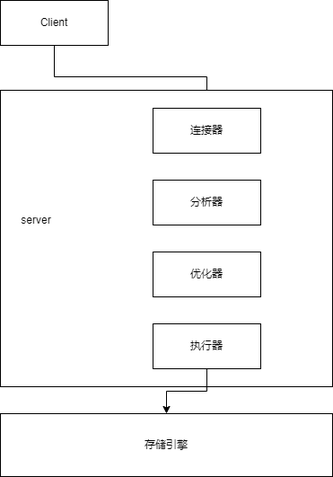
Before: mysql执行.drawio.png, a diagram exported from draw.io (ShortPupil/VPicture). Source tidied: cells renumbered, new cells last; positions are measured from the earlier drawing's top-left corner, leaving out a move shared by most shapes. The source it was exported from:
```xml
<mxGraphModel>
  <root>
    <mxCell id="0" />
    <mxCell id="1" parent="0" />
    <mxCell id="2" style="edgeStyle=orthogonalEdgeStyle;rounded=0;jettySize=auto;html=1;exitX=0.5;exitY=1;exitDx=0;exitDy=0;" parent="1" edge="1" source="3" target="7">
      <mxGeometry relative="1" as="geometry" />
    </mxCell>
    <mxCell id="3" value="Client" style="rounded=0;whiteSpace=wrap;html=1;" parent="1" vertex="1">
      <mxGeometry width="120" height="50" as="geometry" />
    </mxCell>
    <mxCell id="4" style="rounded=0;whiteSpace=wrap;html=1;" parent="1" vertex="1">
      <mxGeometry y="100" width="370" height="330" as="geometry" />
    </mxCell>
    <mxCell id="5" value="server" style="text;html=1;strokeColor=none;fillColor=none;align=center;verticalAlign=middle;whiteSpace=wrap;rounded=0;" parent="1" vertex="1">
      <mxGeometry x="10" y="230" width="60" height="30" as="geometry" />
    </mxCell>
    <mxCell id="6" value="存储引擎" style="rounded=0;whiteSpace=wrap;html=1;" parent="1" vertex="1">
      <mxGeometry y="460" width="370" height="70" as="geometry" />
    </mxCell>
    <mxCell id="7" value="连接器" style="rounded=0;whiteSpace=wrap;html=1;" parent="1" vertex="1">
      <mxGeometry x="170" y="120" width="120" height="50" as="geometry" />
    </mxCell>
    <mxCell id="8" value="分析器" style="rounded=0;whiteSpace=wrap;html=1;" parent="1" vertex="1">
      <mxGeometry x="170" y="200" width="120" height="50" as="geometry" />
    </mxCell>
    <mxCell id="9" value="优化器" style="rounded=0;whiteSpace=wrap;html=1;" parent="1" vertex="1">
      <mxGeometry x="170" y="280" width="120" height="50" as="geometry" />
    </mxCell>
    <mxCell id="10" style="edgeStyle=orthogonalEdgeStyle;rounded=0;jettySize=auto;html=1;" parent="1" edge="1" source="11" target="6">
      <mxGeometry relative="1" as="geometry" />
    </mxCell>
    <mxCell id="11" value="执行器" style="rounded=0;whiteSpace=wrap;html=1;" parent="1" vertex="1">
      <mxGeometry x="170" y="360" width="120" height="50" as="geometry" />
    </mxCell>
  </root>
</mxGraphModel>
```
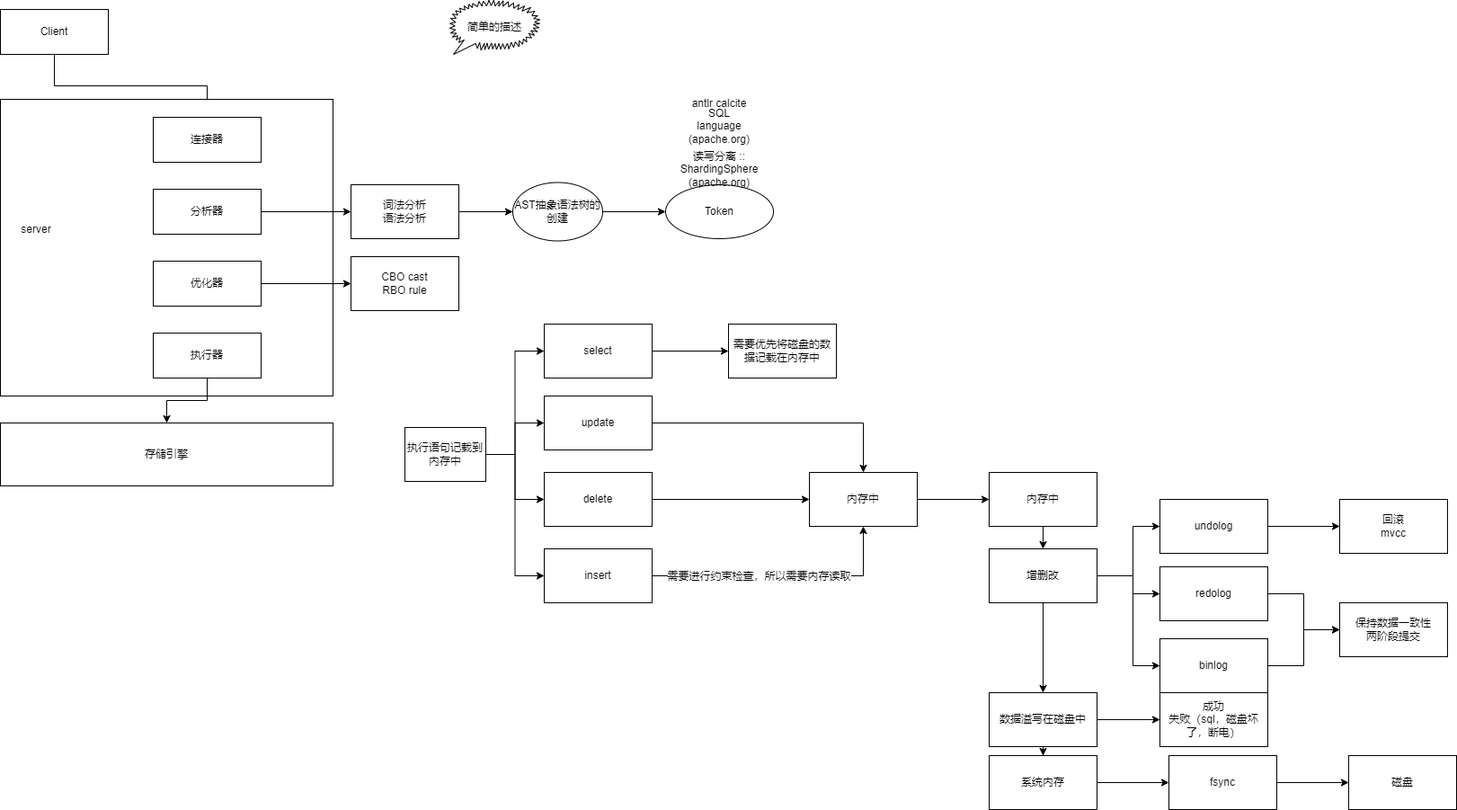
After the commit.

Change to the diagram source:
```diff
@@ -20,9 +20,17 @@
     <mxCell id="7" value="连接器" style="rounded=0;whiteSpace=wrap;html=1;" parent="1" vertex="1">
       <mxGeometry x="170" y="120" width="120" height="50" as="geometry" />
     </mxCell>
+    <mxCell id="12" style="edgeStyle=orthogonalEdgeStyle;rounded=0;jettySize=auto;html=1;" parent="1" edge="1" source="8">
+      <mxGeometry relative="1" as="geometry">
+        <mxPoint x="390" y="225" as="targetPoint" />
+      </mxGeometry>
+    </mxCell>
     <mxCell id="8" value="分析器" style="rounded=0;whiteSpace=wrap;html=1;" parent="1" vertex="1">
       <mxGeometry x="170" y="200" width="120" height="50" as="geometry" />
     </mxCell>
+    <mxCell id="13" style="edgeStyle=orthogonalEdgeStyle;rounded=0;jettySize=auto;html=1;" parent="1" edge="1" source="9" target="20">
+      <mxGeometry relative="1" as="geometry" />
+    </mxCell>
     <mxCell id="9" value="优化器" style="rounded=0;whiteSpace=wrap;html=1;" parent="1" vertex="1">
       <mxGeometry x="170" y="280" width="120" height="50" as="geometry" />
     </mxCell>
@@ -32,5 +40,173 @@
     <mxCell id="11" value="执行器" style="rounded=0;whiteSpace=wrap;html=1;" parent="1" vertex="1">
       <mxGeometry x="170" y="360" width="120" height="50" as="geometry" />
     </mxCell>
+    <mxCell id="14" style="edgeStyle=orthogonalEdgeStyle;rounded=0;jettySize=auto;html=1;" parent="1" edge="1" source="15" target="17">
+      <mxGeometry relative="1" as="geometry" />
+    </mxCell>
+    <mxCell id="15" value="词法分析&lt;br&gt;语法分析" style="rounded=0;whiteSpace=wrap;html=1;" parent="1" vertex="1">
+      <mxGeometry x="390" y="195" width="120" height="60" as="geometry" />
+    </mxCell>
+    <mxCell id="16" style="edgeStyle=orthogonalEdgeStyle;rounded=0;jettySize=auto;html=1;" parent="1" edge="1" source="17" target="18">
+      <mxGeometry relative="1" as="geometry" />
+    </mxCell>
+    <mxCell id="17" value="AST抽象语法树的创建" style="ellipse;whiteSpace=wrap;html=1;rounded=0;" parent="1" vertex="1">
+      <mxGeometry x="570" y="192.5" width="100" height="65" as="geometry" />
+    </mxCell>
+    <mxCell id="18" value="Token" style="ellipse;whiteSpace=wrap;html=1;rounded=0;" parent="1" vertex="1">
+      <mxGeometry x="740" y="195" width="120" height="60" as="geometry" />
+    </mxCell>
+    <mxCell id="19" value="&lt;a href=&quot;https://shardingsphere.apache.org/document/current/cn/features/readwrite-splitting/&quot;&gt;读写分离 :: ShardingSphere (apache.org)&lt;/a&gt;" style="text;html=1;strokeColor=none;fillColor=none;align=center;verticalAlign=middle;whiteSpace=wrap;rounded=0;" parent="1" vertex="1">
+      <mxGeometry x="770" y="163" width="60" height="30" as="geometry" />
+    </mxCell>
+    <mxCell id="20" value="CBO cast&lt;br&gt;RBO rule" style="whiteSpace=wrap;html=1;rounded=0;" parent="1" vertex="1">
+      <mxGeometry x="390" y="275" width="120" height="60" as="geometry" />
+    </mxCell>
+    <mxCell id="21" value="antlr calcite" style="text;html=1;strokeColor=none;fillColor=none;align=center;verticalAlign=middle;whiteSpace=wrap;rounded=0;" parent="1" vertex="1">
+      <mxGeometry x="745" y="90" width="110" height="30" as="geometry" />
+    </mxCell>
+    <mxCell id="22" value="&lt;a href=&quot;https://calcite.apache.org/docs/reference.html&quot;&gt;SQL language (apache.org)&lt;/a&gt;" style="text;html=1;strokeColor=none;fillColor=none;align=center;verticalAlign=middle;whiteSpace=wrap;rounded=0;" parent="1" vertex="1">
+      <mxGeometry x="770" y="115" width="60" height="30" as="geometry" />
+    </mxCell>
+    <mxCell id="23" value="简单的描述" style="whiteSpace=wrap;html=1;shape=mxgraph.basic.loud_callout;" parent="1" vertex="1">
+      <mxGeometry x="500" y="-10" width="100" height="60" as="geometry" />
+    </mxCell>
+    <mxCell id="24" style="edgeStyle=orthogonalEdgeStyle;rounded=0;jettySize=auto;html=1;" parent="1" edge="1" source="28" target="30">
+      <mxGeometry relative="1" as="geometry" />
+    </mxCell>
+    <mxCell id="25" style="edgeStyle=orthogonalEdgeStyle;rounded=0;jettySize=auto;html=1;" parent="1" edge="1" source="28" target="32">
+      <mxGeometry relative="1" as="geometry" />
+    </mxCell>
+    <mxCell id="26" style="edgeStyle=orthogonalEdgeStyle;rounded=0;jettySize=auto;html=1;entryX=0;entryY=0.5;entryDx=0;entryDy=0;" parent="1" edge="1" source="28" target="37">
+      <mxGeometry relative="1" as="geometry" />
+    </mxCell>
+    <mxCell id="27" style="edgeStyle=orthogonalEdgeStyle;rounded=0;jettySize=auto;html=1;entryX=0;entryY=0.5;entryDx=0;entryDy=0;" parent="1" edge="1" source="28" target="34">
+      <mxGeometry relative="1" as="geometry" />
+    </mxCell>
+    <mxCell id="28" value="执行语句记载到内存中" style="rounded=0;whiteSpace=wrap;html=1;" parent="1" vertex="1">
+      <mxGeometry x="450" y="465" width="90" height="60" as="geometry" />
+    </mxCell>
+    <mxCell id="29" style="edgeStyle=orthogonalEdgeStyle;rounded=0;jettySize=auto;html=1;entryX=0;entryY=0.5;entryDx=0;entryDy=0;" parent="1" edge="1" source="30" target="40">
+      <mxGeometry relative="1" as="geometry" />
+    </mxCell>
+    <mxCell id="30" value="delete" style="whiteSpace=wrap;html=1;rounded=0;" parent="1" vertex="1">
+      <mxGeometry x="605" y="515" width="120" height="60" as="geometry" />
+    </mxCell>
+    <mxCell id="31" style="edgeStyle=orthogonalEdgeStyle;rounded=0;jettySize=auto;html=1;" parent="1" edge="1" source="32" target="40">
+      <mxGeometry relative="1" as="geometry" />
+    </mxCell>
+    <mxCell id="32" value="update" style="whiteSpace=wrap;html=1;rounded=0;" parent="1" vertex="1">
+      <mxGeometry x="605" y="430" width="120" height="60" as="geometry" />
+    </mxCell>
+    <mxCell id="33" style="edgeStyle=orthogonalEdgeStyle;rounded=0;jettySize=auto;html=1;" parent="1" edge="1" source="34" target="38">
+      <mxGeometry relative="1" as="geometry" />
+    </mxCell>
+    <mxCell id="34" value="select" style="whiteSpace=wrap;html=1;rounded=0;" parent="1" vertex="1">
+      <mxGeometry x="605" y="350" width="120" height="60" as="geometry" />
+    </mxCell>
+    <mxCell id="35" style="edgeStyle=orthogonalEdgeStyle;rounded=0;jettySize=auto;html=1;" parent="1" edge="1" source="37" target="40">
+      <mxGeometry relative="1" as="geometry" />
+    </mxCell>
+    <mxCell id="36" value="需要进行约束检查，所以需要内存读取" style="edgeLabel;html=1;align=center;verticalAlign=middle;" parent="35" vertex="1">
+      <mxGeometry x="-0.18" relative="1" as="geometry" />
+    </mxCell>
+    <mxCell id="37" value="insert" style="whiteSpace=wrap;html=1;rounded=0;" parent="1" vertex="1">
+      <mxGeometry x="605" y="600" width="120" height="60" as="geometry" />
+    </mxCell>
+    <mxCell id="38" value="需要优先将磁盘的数据记载在内存中" style="whiteSpace=wrap;html=1;rounded=0;" parent="1" vertex="1">
+      <mxGeometry x="810" y="350" width="120" height="60" as="geometry" />
+    </mxCell>
+    <mxCell id="39" style="edgeStyle=orthogonalEdgeStyle;rounded=0;jettySize=auto;html=1;" parent="1" edge="1" source="40" target="42">
+      <mxGeometry relative="1" as="geometry" />
+    </mxCell>
+    <mxCell id="40" value="内存中" style="whiteSpace=wrap;html=1;rounded=0;" parent="1" vertex="1">
+      <mxGeometry x="900" y="515" width="120" height="60" as="geometry" />
+    </mxCell>
+    <mxCell id="41" style="edgeStyle=orthogonalEdgeStyle;rounded=0;jettySize=auto;html=1;" parent="1" edge="1" source="42" target="47">
+      <mxGeometry relative="1" as="geometry" />
+    </mxCell>
+    <mxCell id="42" value="内存中" style="whiteSpace=wrap;html=1;rounded=0;" parent="1" vertex="1">
+      <mxGeometry x="1100" y="515" width="120" height="60" as="geometry" />
+    </mxCell>
+    <mxCell id="43" style="edgeStyle=orthogonalEdgeStyle;rounded=0;jettySize=auto;html=1;" parent="1" edge="1" source="47" target="50">
+      <mxGeometry relative="1" as="geometry" />
+    </mxCell>
+    <mxCell id="44" style="edgeStyle=orthogonalEdgeStyle;rounded=0;jettySize=auto;html=1;" parent="1" edge="1" source="47" target="52">
+      <mxGeometry relative="1" as="geometry">
+        <Array as="points">
+          <mxPoint x="1260" y="630" />
+          <mxPoint x="1260" y="575" />
+        </Array>
+      </mxGeometry>
+    </mxCell>
+    <mxCell id="45" style="edgeStyle=orthogonalEdgeStyle;rounded=0;jettySize=auto;html=1;" parent="1" edge="1" source="47" target="54">
+      <mxGeometry relative="1" as="geometry">
+        <Array as="points">
+          <mxPoint x="1260" y="630" />
+          <mxPoint x="1260" y="650" />
+        </Array>
+      </mxGeometry>
+    </mxCell>
+    <mxCell id="46" style="edgeStyle=orthogonalEdgeStyle;rounded=0;jettySize=auto;html=1;" parent="1" edge="1" source="47" target="57">
+      <mxGeometry relative="1" as="geometry">
+        <Array as="points">
+          <mxPoint x="1260" y="630" />
+          <mxPoint x="1260" y="730" />
+        </Array>
+      </mxGeometry>
+    </mxCell>
+    <mxCell id="47" value="增删改" style="whiteSpace=wrap;html=1;rounded=0;" parent="1" vertex="1">
+      <mxGeometry x="1100" y="600" width="120" height="60" as="geometry" />
+    </mxCell>
+    <mxCell id="48" style="edgeStyle=orthogonalEdgeStyle;rounded=0;jettySize=auto;html=1;" parent="1" edge="1" source="50" target="60">
+      <mxGeometry relative="1" as="geometry" />
+    </mxCell>
+    <mxCell id="49" style="edgeStyle=orthogonalEdgeStyle;rounded=0;jettySize=auto;html=1;" parent="1" edge="1" source="50" target="64">
+      <mxGeometry relative="1" as="geometry" />
+    </mxCell>
+    <mxCell id="50" value="数据溢写在磁盘中" style="whiteSpace=wrap;html=1;rounded=0;" parent="1" vertex="1">
+      <mxGeometry x="1100" y="760" width="120" height="60" as="geometry" />
+    </mxCell>
+    <mxCell id="51" style="edgeStyle=orthogonalEdgeStyle;rounded=0;jettySize=auto;html=1;" parent="1" edge="1" source="52" target="55">
+      <mxGeometry relative="1" as="geometry" />
+    </mxCell>
+    <mxCell id="52" value="undolog" style="whiteSpace=wrap;html=1;rounded=0;" parent="1" vertex="1">
+      <mxGeometry x="1290" y="545" width="120" height="60" as="geometry" />
+    </mxCell>
+    <mxCell id="53" style="edgeStyle=orthogonalEdgeStyle;rounded=0;jettySize=auto;html=1;" parent="1" edge="1" source="54" target="58">
+      <mxGeometry relative="1" as="geometry" />
+    </mxCell>
+    <mxCell id="54" value="redolog" style="whiteSpace=wrap;html=1;rounded=0;" parent="1" vertex="1">
+      <mxGeometry x="1290" y="620" width="120" height="60" as="geometry" />
+    </mxCell>
+    <mxCell id="55" value="回滚&lt;br&gt;mvcc" style="whiteSpace=wrap;html=1;rounded=0;" parent="1" vertex="1">
+      <mxGeometry x="1490" y="545" width="120" height="60" as="geometry" />
+    </mxCell>
+    <mxCell id="56" style="edgeStyle=orthogonalEdgeStyle;rounded=0;jettySize=auto;html=1;entryX=0;entryY=0.5;entryDx=0;entryDy=0;" parent="1" edge="1" source="57" target="58">
+      <mxGeometry relative="1" as="geometry" />
+    </mxCell>
+    <mxCell id="57" value="binlog" style="whiteSpace=wrap;html=1;rounded=0;" parent="1" vertex="1">
+      <mxGeometry x="1290" y="700" width="120" height="60" as="geometry" />
+    </mxCell>
+    <mxCell id="58" value="保持数据一致性&lt;br&gt;两阶段提交" style="whiteSpace=wrap;html=1;rounded=0;" parent="1" vertex="1">
+      <mxGeometry x="1490" y="660" width="120" height="60" as="geometry" />
+    </mxCell>
+    <mxCell id="59" style="edgeStyle=orthogonalEdgeStyle;rounded=0;jettySize=auto;html=1;" parent="1" edge="1" source="60" target="62">
+      <mxGeometry relative="1" as="geometry" />
+    </mxCell>
+    <mxCell id="60" value="系统内存" style="whiteSpace=wrap;html=1;rounded=0;" parent="1" vertex="1">
+      <mxGeometry x="1100" y="830" width="120" height="60" as="geometry" />
+    </mxCell>
+    <mxCell id="61" style="edgeStyle=orthogonalEdgeStyle;rounded=0;jettySize=auto;html=1;" parent="1" edge="1" source="62" target="63">
+      <mxGeometry relative="1" as="geometry" />
+    </mxCell>
+    <mxCell id="62" value="fsync" style="whiteSpace=wrap;html=1;rounded=0;" parent="1" vertex="1">
+      <mxGeometry x="1300" y="830" width="120" height="60" as="geometry" />
+    </mxCell>
+    <mxCell id="63" value="磁盘" style="whiteSpace=wrap;html=1;rounded=0;" parent="1" vertex="1">
+      <mxGeometry x="1500" y="830" width="120" height="60" as="geometry" />
+    </mxCell>
+    <mxCell id="64" value="成功&lt;br&gt;失败（sql，磁盘坏了，断电）" style="whiteSpace=wrap;html=1;rounded=0;" parent="1" vertex="1">
+      <mxGeometry x="1290" y="760" width="120" height="60" as="geometry" />
+    </mxCell>
   </root>
 </mxGraphModel>
```
